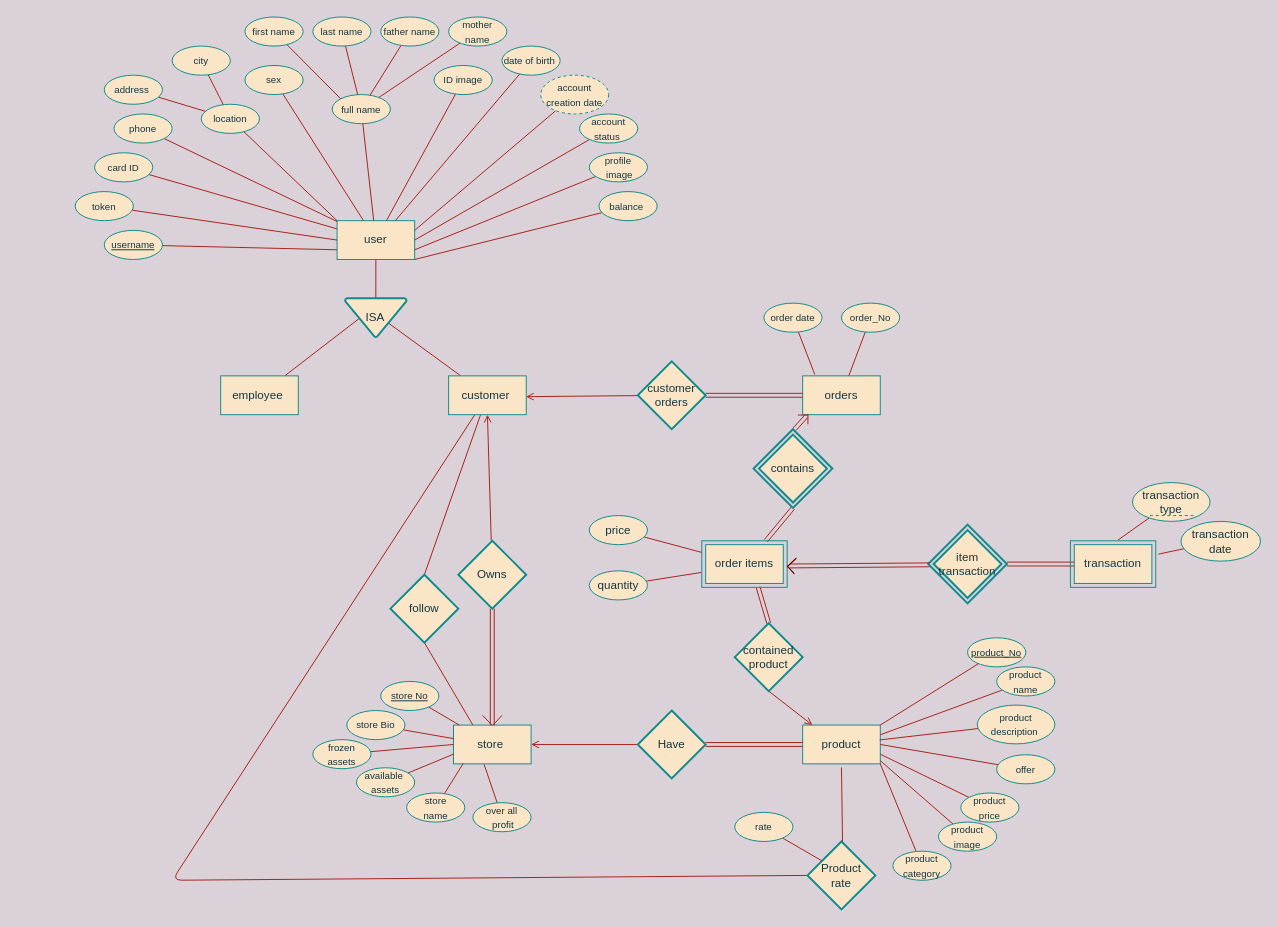
Nidal-Bakir/mobeX keeps this draw.io diagram as software design/databse/Conceptual schema.drawio. Above is the earlier version. Source tidied: cells renumbered, new cells numbered last; positions are measured from the earlier drawing's top-left corner, leaving out a move shared by most shapes. Both pictures are drawn from the tidied source at 97%, with x=0, y=0 at pixel (75, 16).
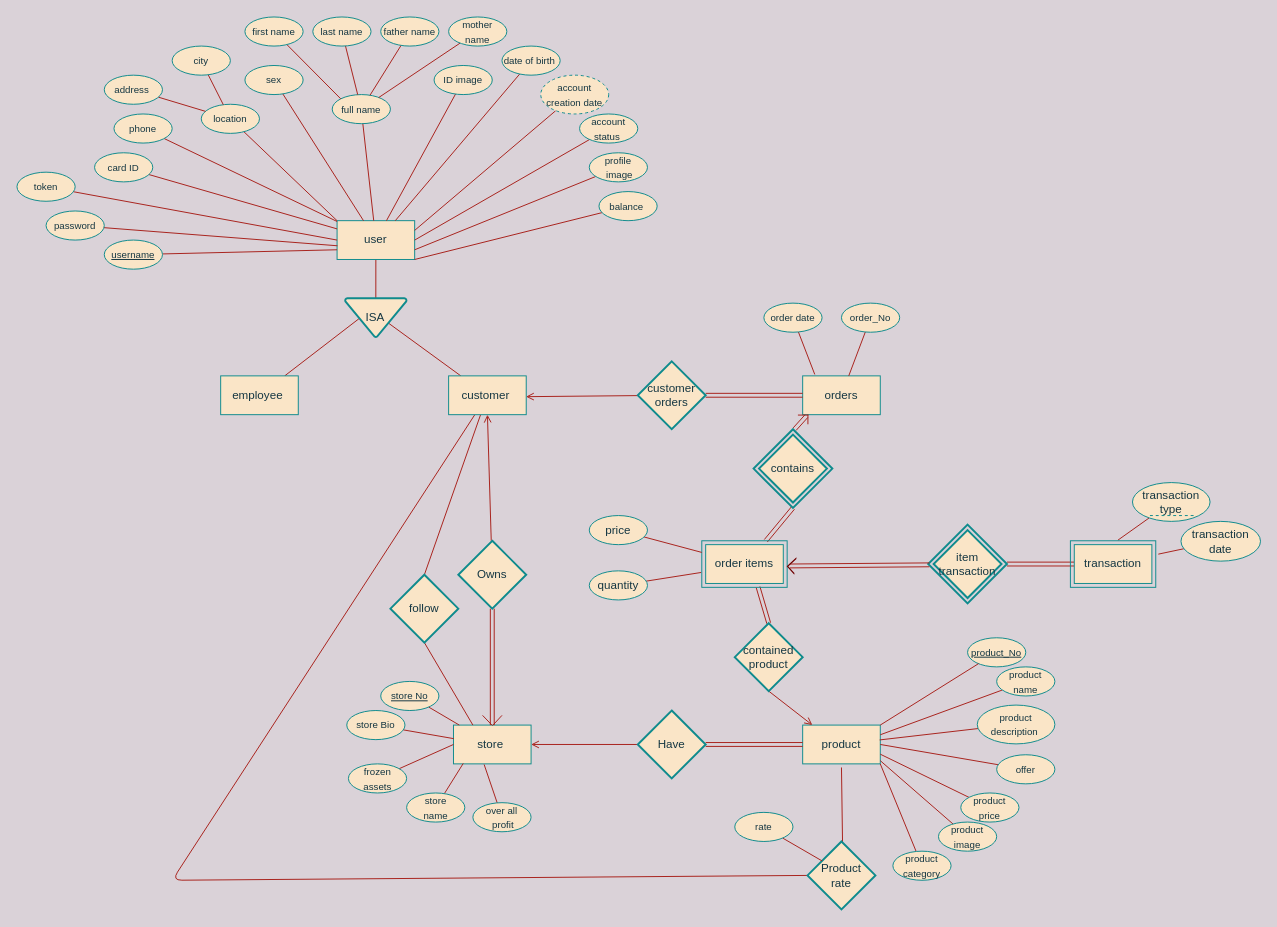
Above is the later version.

Commit message (it also covers changes not shown here):
add password field for person entity, delete available assets from store entity

Unchanged cells that the change refers to:
```xml
<mxCell id="4" value="user" style="rounded=0;whiteSpace=wrap;html=1;sketch=0;strokeColor=#0F8B8D;fillColor=#FAE5C7;fontColor=#143642;" parent="1" vertex="1">
  <mxGeometry x="270" y="210" width="80" height="40" as="geometry" />
</mxCell>
<mxCell id="51" value="store&amp;nbsp;" style="rounded=0;whiteSpace=wrap;html=1;sketch=0;strokeColor=#0F8B8D;fillColor=#FAE5C7;fontColor=#143642;" parent="1" vertex="1">
  <mxGeometry x="390" y="730" width="80" height="40" as="geometry" />
</mxCell>
```

Diff of the diagram source:
```diff
@@
     <mxCell id="6" value="&lt;u&gt;&lt;font style=&quot;font-size: 10px&quot;&gt;username&lt;/font&gt;&lt;/u&gt;" style="ellipse;whiteSpace=wrap;html=1;rounded=0;sketch=0;strokeColor=#0F8B8D;fillColor=#FAE5C7;fontColor=#143642;" parent="1" vertex="1">
-      <mxGeometry x="30" y="220" width="60" height="30" as="geometry" />
+      <mxGeometry x="30" y="230" width="60" height="30" as="geometry" />
     </mxCell>
@@
     <mxCell id="42" value="&lt;span style=&quot;font-size: 10px&quot;&gt;token&lt;/span&gt;" style="ellipse;whiteSpace=wrap;html=1;rounded=0;sketch=0;strokeColor=#0F8B8D;fillColor=#FAE5C7;fontColor=#143642;" parent="1" vertex="1">
-      <mxGeometry y="180" width="60" height="30" as="geometry" />
+      <mxGeometry x="-60" y="160" width="60" height="30" as="geometry" />
     </mxCell>
@@
     <mxCell id="62" value="&lt;span style=&quot;font-size: 10px&quot;&gt;frozen assets&lt;/span&gt;" style="ellipse;whiteSpace=wrap;html=1;rounded=0;sketch=0;strokeColor=#0F8B8D;fillColor=#FAE5C7;fontColor=#143642;" parent="1" vertex="1">
-      <mxGeometry x="245" y="745" width="60" height="30" as="geometry" />
+      <mxGeometry x="281.7" y="770" width="60" height="30" as="geometry" />
     </mxCell>
-    <mxCell id="63" style="edgeStyle=none;rounded=1;sketch=0;jettySize=auto;html=1;entryX=0;entryY=0.75;entryDx=0;entryDy=0;startArrow=none;startFill=0;endArrow=none;endFill=0;strokeColor=#A8201A;fillColor=#FAE5C7;fontColor=#143642;labelBackgroundColor=#DAD2D8;" parent="1" edge="1" source="64" target="51">
-      <mxGeometry relative="1" as="geometry" />
-    </mxCell>
-    <mxCell id="64" value="&lt;span style=&quot;font-size: 10px&quot;&gt;available&amp;nbsp; assets&lt;/span&gt;" style="ellipse;whiteSpace=wrap;html=1;rounded=0;sketch=0;strokeColor=#0F8B8D;fillColor=#FAE5C7;fontColor=#143642;" parent="1" vertex="1">
-      <mxGeometry x="290" y="774" width="60" height="30" as="geometry" />
-    </mxCell>
@@
+    <mxCell id="126" style="rounded=0;jettySize=auto;html=1;fillColor=#a20025;strokeColor=#A8201A;endArrow=none;endFill=0;entryX=0.005;entryY=0.647;entryDx=0;entryDy=0;entryPerimeter=0;" parent="1" edge="1" source="127" target="4">
+      <mxGeometry relative="1" as="geometry" />
+    </mxCell>
+    <mxCell id="127" value="&lt;span style=&quot;font-size: 10px&quot;&gt;password&lt;/span&gt;" style="ellipse;whiteSpace=wrap;html=1;rounded=0;sketch=0;strokeColor=#0F8B8D;fillColor=#FAE5C7;fontColor=#143642;" parent="1" vertex="1">
+      <mxGeometry x="-30" y="200" width="60" height="30" as="geometry" />
+    </mxCell>
```
